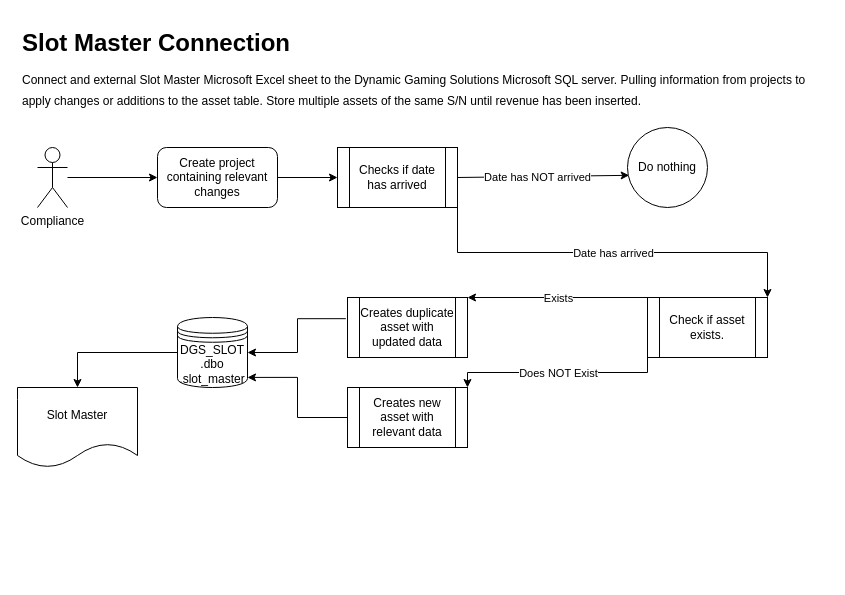
pcollins425/learning keeps this draw.io diagram as Slot_Master.drawio. Above is the earlier version. Source tidied: cells renumbered, new cells numbered last; positions are measured from the earlier drawing's top-left corner, leaving out a move shared by most shapes. Both pictures are drawn from the tidied source at 100%, with x=0, y=0 at pixel (17, 27).
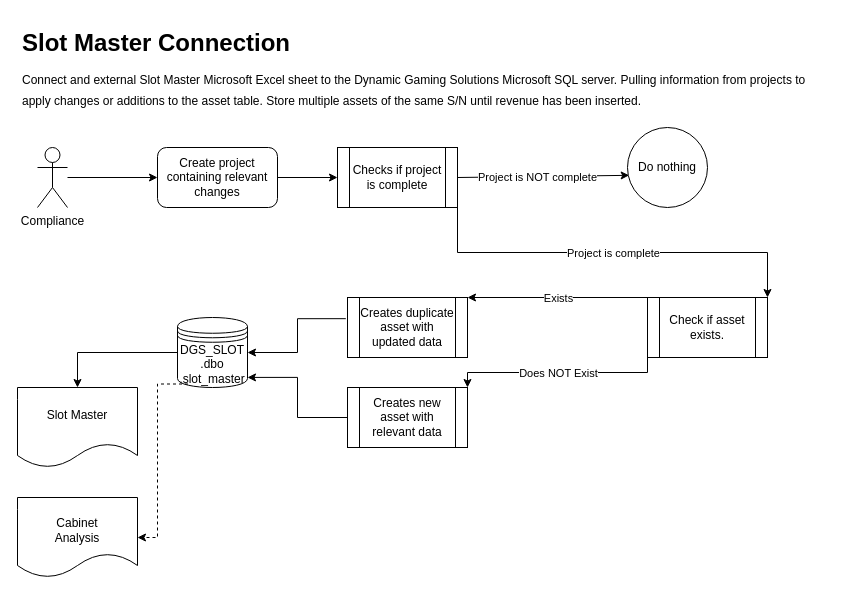
Above is the later version.

Commit message:
Started 'Cabinet Analysis' section

Unchanged cells that the change refers to:
```xml
<mxCell id="12" style="endArrow=classic;html=1;rounded=0;exitX=1;exitY=0.5;exitDx=0;exitDy=0;entryX=0.021;entryY=0.598;entryDx=0;entryDy=0;entryPerimeter=0;" parent="1" edge="1" source="11" target="14">
  <mxGeometry relative="1" as="geometry" />
</mxCell>
<mxCell id="15" style="endArrow=classic;html=1;rounded=0;exitX=1;exitY=1;exitDx=0;exitDy=0;edgeStyle=orthogonalEdgeStyle;entryX=1;entryY=0;entryDx=0;entryDy=0;" parent="1" edge="1" source="11" target="7">
  <mxGeometry relative="1" as="geometry" />
</mxCell>
<mxCell id="22" value="Slot Master" style="shape=document;whiteSpace=wrap;html=1;boundedLbl=1;" parent="1" vertex="1">
  <mxGeometry y="360" width="120" height="80" as="geometry" />
</mxCell>
<mxCell id="23" value="DGS_SLOT&lt;br&gt;.dbo&lt;br&gt;.slot_master" style="shape=datastore;whiteSpace=wrap;html=1;" parent="1" vertex="1">
  <mxGeometry x="160" y="290" width="70" height="70" as="geometry" />
</mxCell>
```

The edit, as a diff of the source:
```diff
@@
-    <mxCell id="11" value="Checks if date has arrived" style="shape=process;whiteSpace=wrap;html=1;backgroundOutline=1;" parent="1" vertex="1">
+    <mxCell id="11" value="Checks if project is complete" style="shape=process;whiteSpace=wrap;html=1;backgroundOutline=1;" parent="1" vertex="1">
       <mxGeometry x="320" y="120" width="120" height="60" as="geometry" />
     </mxCell>
@@
-    <mxCell id="13" value="Date has NOT arrived" style="edgeLabel;html=1;align=center;verticalAlign=middle;" parent="12" vertex="1">
+    <mxCell id="13" value="Project is NOT complete" style="edgeLabel;html=1;align=center;verticalAlign=middle;" parent="12" vertex="1">
       <mxGeometry relative="1" as="geometry">
         <mxPoint x="-6" y="1" as="offset" />
       </mxGeometry>
     </mxCell>
@@
-    <mxCell id="16" value="Date has arrived" style="edgeLabel;html=1;align=center;verticalAlign=middle;" parent="15" vertex="1">
+    <mxCell id="16" value="Project is complete" style="edgeLabel;html=1;align=center;verticalAlign=middle;" parent="15" vertex="1">
       <mxGeometry relative="1" as="geometry" />
     </mxCell>
@@
+    <mxCell id="25" value="Cabinet&lt;br&gt;Analysis" style="shape=document;whiteSpace=wrap;html=1;boundedLbl=1;spacingTop=10;" parent="1" vertex="1">
+      <mxGeometry y="470" width="120" height="80" as="geometry" />
+    </mxCell>
+    <mxCell id="26" style="endArrow=classic;html=1;exitX=0.15;exitY=0.95;exitDx=0;exitDy=0;exitPerimeter=0;entryX=1;entryY=0.5;entryDx=0;entryDy=0;edgeStyle=orthogonalEdgeStyle;dashed=1;arcSize=0;" parent="1" edge="1" source="23" target="25">
+      <mxGeometry relative="1" as="geometry" />
+    </mxCell>
-    <mxCell id="24" style="endArrow=classic;html=1;rounded=0;entryX=0.5;entryY=0;entryDx=0;entryDy=0;exitX=0;exitY=0.5;exitDx=0;exitDy=0;edgeStyle=orthogonalEdgeStyle;" parent="1" edge="1" source="23" target="22">
+    <mxCell id="24" style="endArrow=classic;html=1;exitX=0;exitY=0.5;exitDx=0;exitDy=0;entryX=0.5;entryY=0;entryDx=0;entryDy=0;edgeStyle=orthogonalEdgeStyle;strokeWidth=1;arcSize=0;" parent="1" edge="1" source="23" target="22">
       <mxGeometry relative="1" as="geometry" />
     </mxCell>
```
